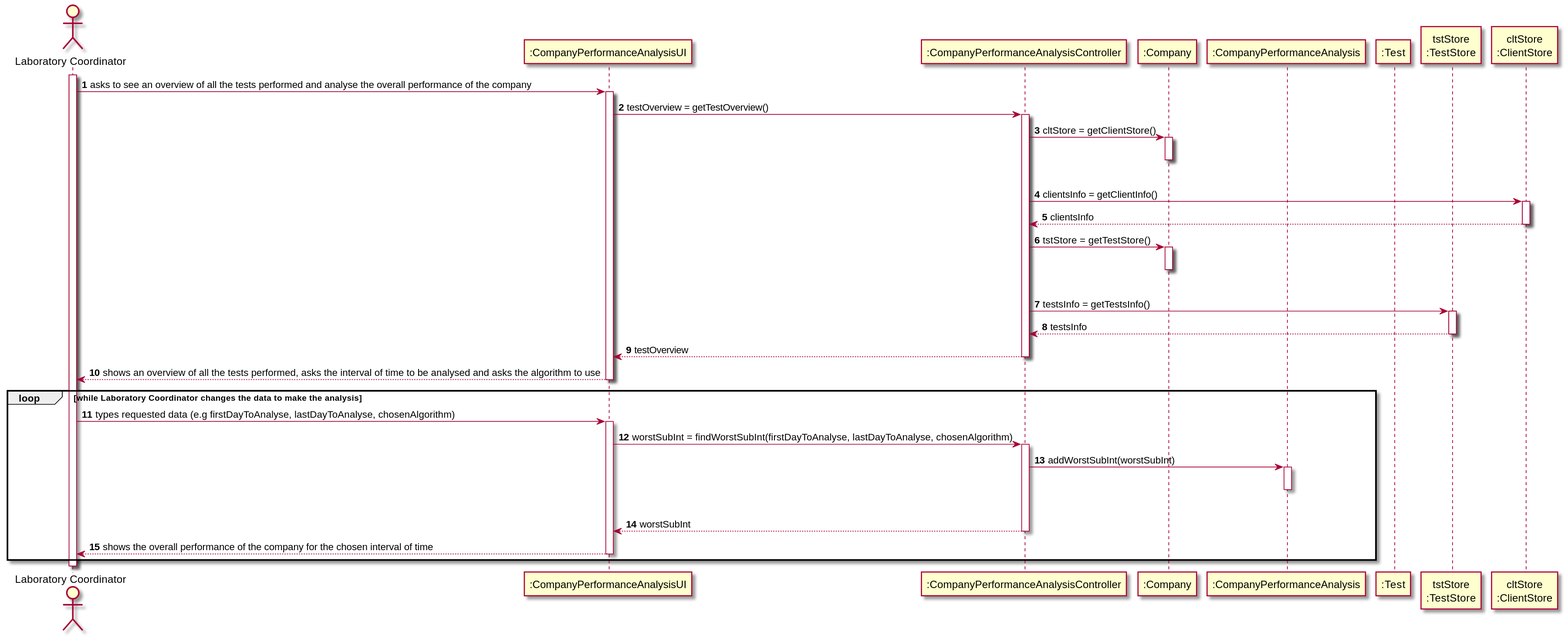
The PlantUML diagram docs/SprintD/US_16/US016_SD.svg in ana-albergaria/LAPR2-ISEP, before a commit.
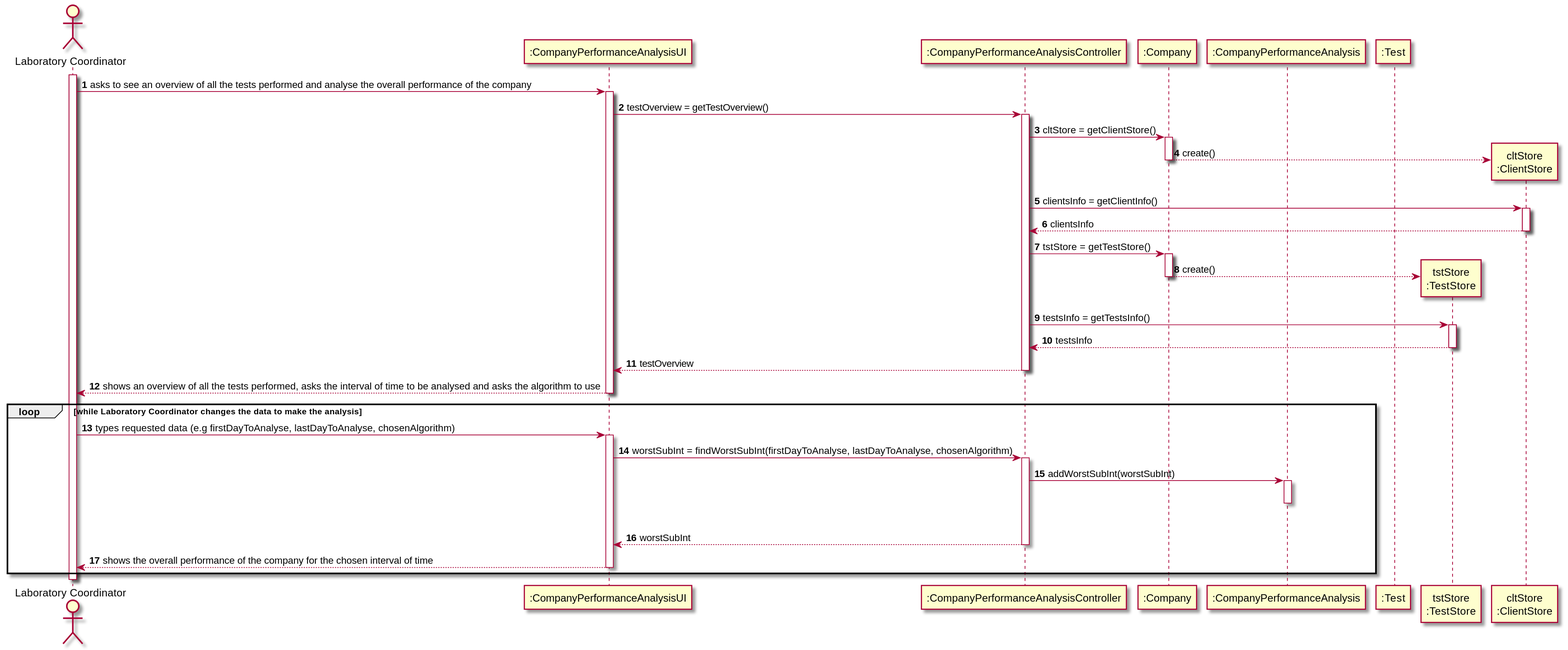
After the commit.

Diff of the diagram source:
```diff
@@ -19,7 +19,7 @@
 
 CTRL -> CMP : cltStore = getClientStore()
 activate CMP
-|||
+CMP --> CLTSTORE** : create()
 deactivate CMP
 CTRL -> CLTSTORE : clientsInfo = getClientInfo()
 activate CLTSTORE
@@ -28,7 +28,7 @@
 
 CTRL -> CMP : tstStore = getTestStore()
 activate CMP
-|||
+CMP --> TSTSTORE** : create()
 deactivate CMP
 CTRL -> TSTSTORE : testsInfo = getTestsInfo()
 activate TSTSTORE
@@ -37,7 +37,6 @@
 
 CTRL --> UI : testOverview
 deactivate CTRL
-
 
 UI --> LC : shows an overview of all the tests performed, asks the interval of time to be analysed and asks the algorithm to use
 deactivate UI
@@ -55,9 +54,6 @@
 CTRL --> UI : worstSubInt
 deactivate CTRL
 
-
-
-
 UI --> LC : shows the overall performance of the company for the chosen interval of time
 deactivate UI
 end
```
